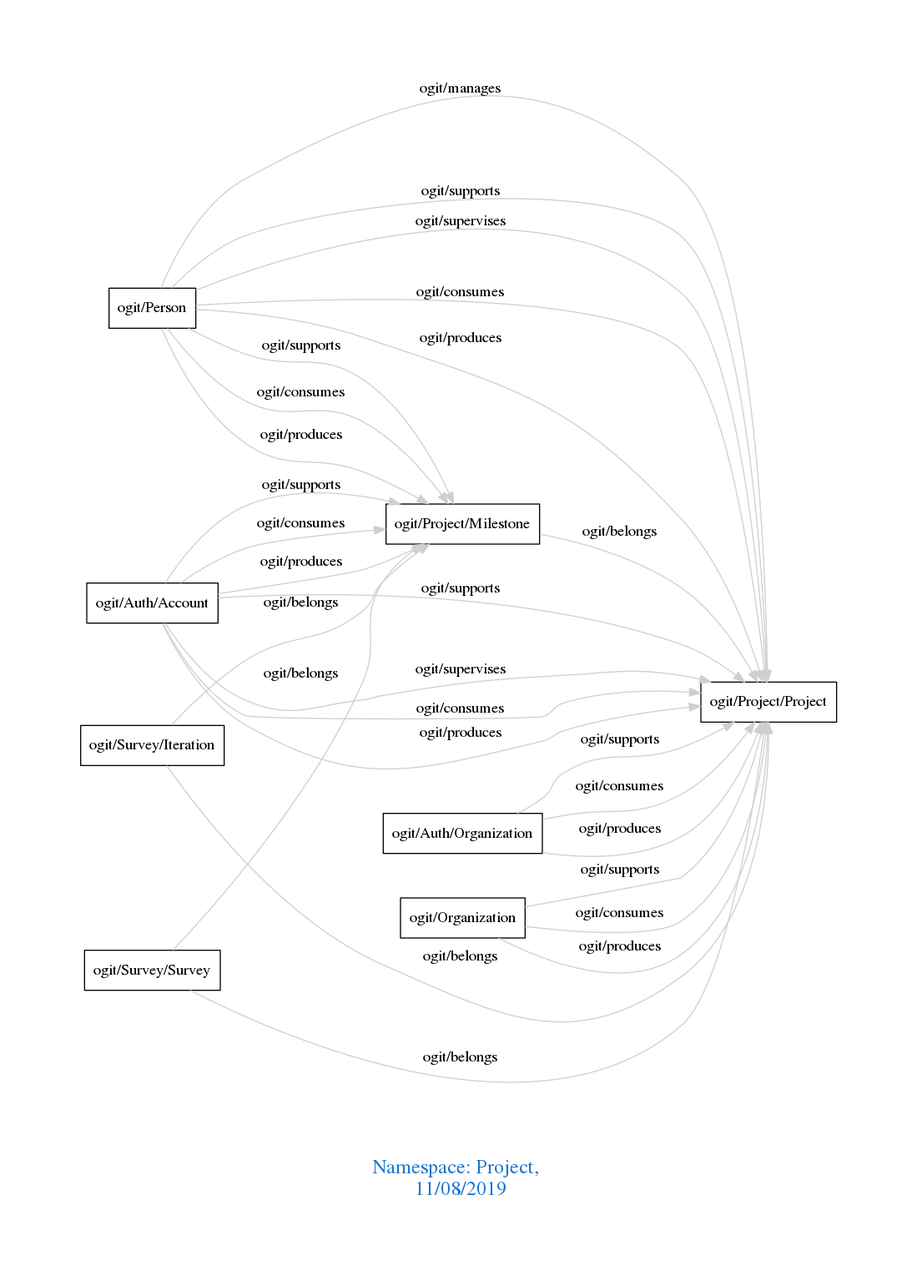
Before: downloads/Project.png, a diagram exported from Graphviz (arago/OGIT). Its source is kept beside it as downloads/Project.dot.
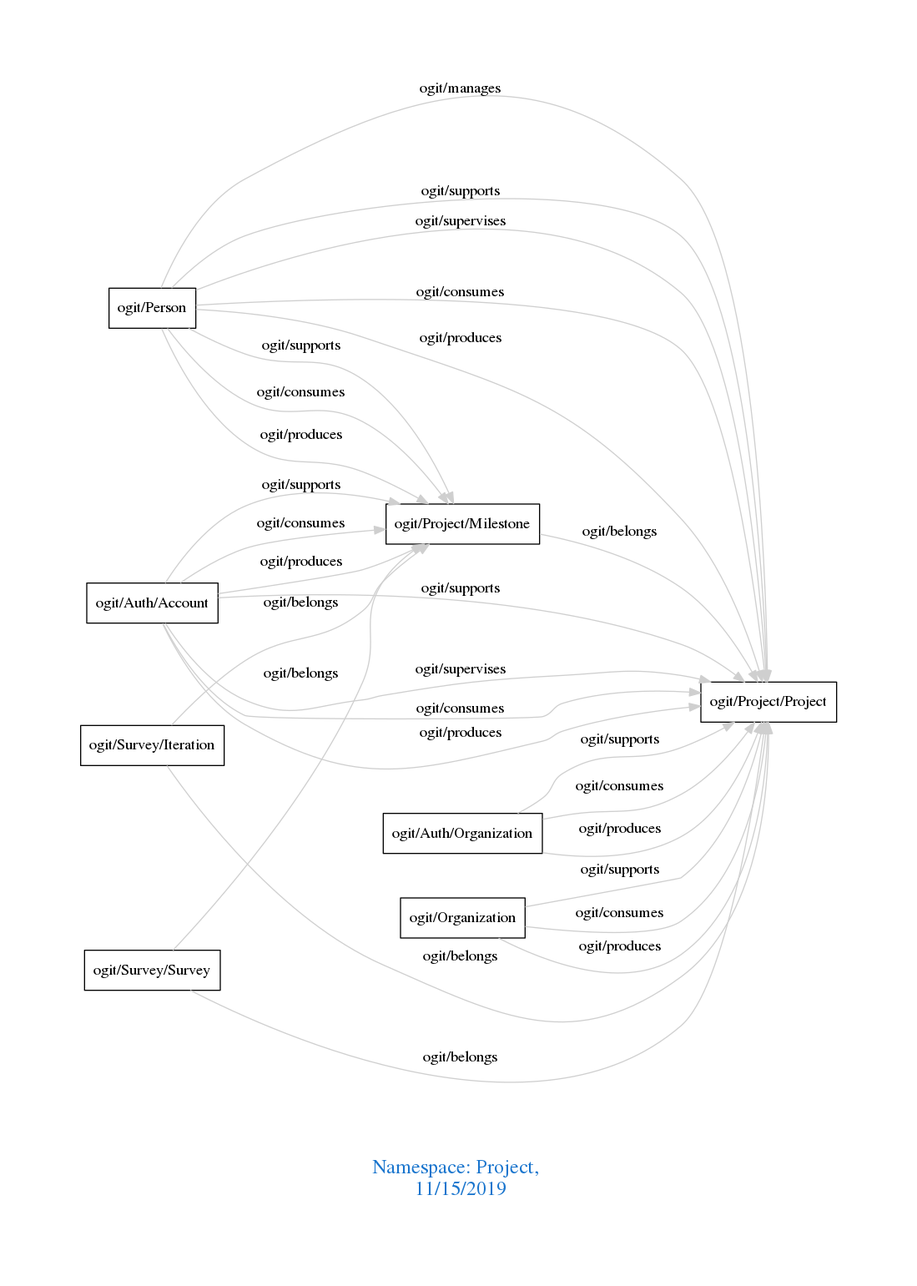
After the commit.

Diff of the diagram source:
```diff
@@ -1,7 +1,7 @@
 digraph OGIT_ontology {
  graph [ rankdir= LR,pad=1
 fontsize = 18,
-fontcolor= dodgerblue3,label = "\n\n\nNamespace: Project, \n 11/08/2019"];
+fontcolor= dodgerblue3,label = "\n\n\nNamespace: Project, \n 11/15/2019"];
 node[shape=polygon];
 edge [  color="gray81"];
 
```
